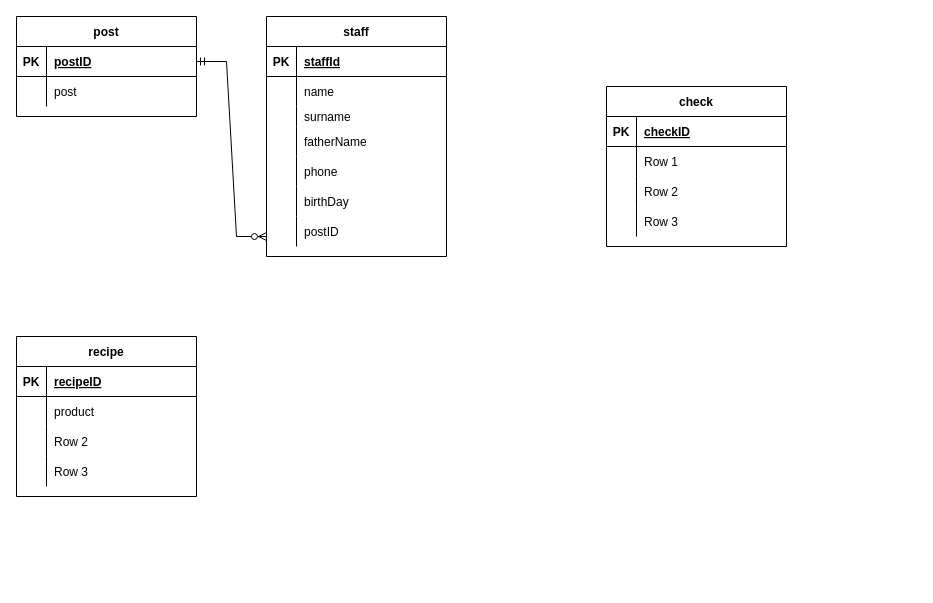
The draw.io diagram Untitled Diagram.drawio in 1DeMeNToR1/RocketModUpdater_32, before the edit. Source tidied: cells renumbered, new cells numbered last; positions are measured from the earlier drawing's top-left corner, leaving out a move shared by most shapes. Both pictures are drawn from the tidied source at 100%, with x=0, y=0 at pixel (16, 16).
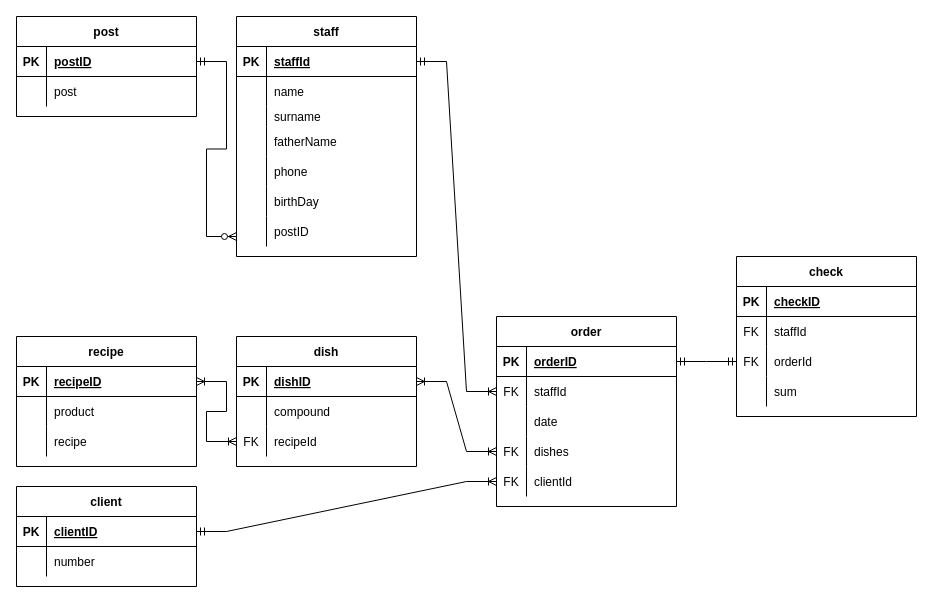
Above is the later version.

Unchanged cells that the change refers to:
```xml
<mxCell id="3" style="shape=tableRow;horizontal=0;startSize=0;swimlaneHead=0;swimlaneBody=0;fillColor=none;points=[[0,0.5],[1,0.5]];portConstraint=eastwest;top=0;left=0;right=0;bottom=1;" parent="2" vertex="1">
  <mxGeometry y="30" width="180" height="30" as="geometry" />
</mxCell>
<mxCell id="46" style="shape=tableRow;horizontal=0;startSize=0;swimlaneHead=0;swimlaneBody=0;fillColor=none;points=[[0,0.5],[1,0.5]];portConstraint=eastwest;top=0;left=0;right=0;bottom=1;" parent="45" vertex="1">
  <mxGeometry y="30" width="180" height="30" as="geometry" />
</mxCell>
<mxCell id="52" style="shape=tableRow;horizontal=0;startSize=0;swimlaneHead=0;swimlaneBody=0;fillColor=none;top=0;left=0;right=0;bottom=0;" parent="45" vertex="1">
  <mxGeometry y="90" width="180" height="30" as="geometry" />
</mxCell>
```

What changed in the source:
```diff
@@
     <mxCell id="2" value="staff" style="shape=table;startSize=30;childLayout=tableLayout;rowLines=0;fontStyle=1;align=center;" parent="1" vertex="1">
-      <mxGeometry x="250" width="180" height="240" as="geometry" />
+      <mxGeometry x="220" width="180" height="240" as="geometry" />
     </mxCell>
@@
     <mxCell id="32" value="check" style="shape=table;startSize=30;childLayout=tableLayout;rowLines=0;fontStyle=1;align=center;" parent="1" vertex="1">
-      <mxGeometry x="590" y="70" width="180" height="160" as="geometry" />
+      <mxGeometry x="720" y="240" width="180" height="160" as="geometry" />
     </mxCell>
@@
+    <mxCell id="42" style="shape=tableRow;horizontal=0;startSize=0;swimlaneHead=0;swimlaneBody=0;fillColor=none;top=0;left=0;right=0;bottom=0;" parent="32" vertex="1">
+      <mxGeometry y="60" width="180" height="30" as="geometry" />
+    </mxCell>
+    <mxCell id="43" value="FK" style="shape=partialRectangle;fillColor=none;top=0;left=0;bottom=0;right=0;overflow=hidden;" parent="42" vertex="1">
+      <mxGeometry width="30" height="30" as="geometry" />
+    </mxCell>
+    <mxCell id="44" value="staffId" style="shape=partialRectangle;fillColor=none;top=0;left=0;bottom=0;right=0;align=left;spacingLeft=6;overflow=hidden;" parent="42" vertex="1">
+      <mxGeometry x="30" width="150" height="30" as="geometry" />
+    </mxCell>
     <mxCell id="36" style="shape=tableRow;horizontal=0;startSize=0;swimlaneHead=0;swimlaneBody=0;fillColor=none;points=[[0,0.5],[1,0.5]];portConstraint=eastwest;top=0;left=0;right=0;bottom=0;" parent="32" vertex="1">
-      <mxGeometry y="60" width="180" height="30" as="geometry" />
+      <mxGeometry y="90" width="180" height="30" as="geometry" />
     </mxCell>
-    <mxCell id="37" style="shape=partialRectangle;fillColor=none;top=0;left=0;bottom=0;right=0;overflow=hidden;" parent="36" vertex="1">
+    <mxCell id="37" value="FK" style="shape=partialRectangle;fillColor=none;top=0;left=0;bottom=0;right=0;overflow=hidden;" parent="36" vertex="1">
       <mxGeometry width="30" height="30" as="geometry" />
     </mxCell>
-    <mxCell id="38" value="Row 1" style="shape=partialRectangle;fillColor=none;top=0;left=0;bottom=0;right=0;align=left;spacingLeft=6;overflow=hidden;" parent="36" vertex="1">
+    <mxCell id="38" value="orderId" style="shape=partialRectangle;fillColor=none;top=0;left=0;bottom=0;right=0;align=left;spacingLeft=6;overflow=hidden;" parent="36" vertex="1">
       <mxGeometry x="30" width="150" height="30" as="geometry" />
     </mxCell>
     <mxCell id="39" style="shape=tableRow;horizontal=0;startSize=0;swimlaneHead=0;swimlaneBody=0;fillColor=none;top=0;left=0;right=0;bottom=0;" parent="32" vertex="1">
-      <mxGeometry y="90" width="180" height="30" as="geometry" />
+      <mxGeometry y="120" width="180" height="30" as="geometry" />
     </mxCell>
@@
-    <mxCell id="41" value="Row 2" style="shape=partialRectangle;fillColor=none;top=0;left=0;bottom=0;right=0;align=left;spacingLeft=6;overflow=hidden;" parent="39" vertex="1">
+    <mxCell id="41" value="sum" style="shape=partialRectangle;fillColor=none;top=0;left=0;bottom=0;right=0;align=left;spacingLeft=6;overflow=hidden;" parent="39" vertex="1">
       <mxGeometry x="30" width="150" height="30" as="geometry" />
     </mxCell>
-    <mxCell id="42" style="shape=tableRow;horizontal=0;startSize=0;swimlaneHead=0;swimlaneBody=0;fillColor=none;top=0;left=0;right=0;bottom=0;" parent="32" vertex="1">
-      <mxGeometry y="120" width="180" height="30" as="geometry" />
-    </mxCell>
-    <mxCell id="43" style="shape=partialRectangle;fillColor=none;top=0;left=0;bottom=0;right=0;overflow=hidden;" parent="42" vertex="1">
-      <mxGeometry width="30" height="30" as="geometry" />
-    </mxCell>
-    <mxCell id="44" value="Row 3" style="shape=partialRectangle;fillColor=none;top=0;left=0;bottom=0;right=0;align=left;spacingLeft=6;overflow=hidden;" parent="42" vertex="1">
-      <mxGeometry x="30" width="150" height="30" as="geometry" />
-    </mxCell>
     <mxCell id="45" value="recipe" style="shape=table;startSize=30;childLayout=tableLayout;rowLines=0;fontStyle=1;align=center;" parent="1" vertex="1">
-      <mxGeometry y="320" width="180" height="160" as="geometry" />
+      <mxGeometry y="320" width="180" height="130" as="geometry" />
     </mxCell>
@@
-    <mxCell id="54" value="Row 2" style="shape=partialRectangle;fillColor=none;top=0;left=0;bottom=0;right=0;align=left;spacingLeft=6;overflow=hidden;" parent="52" vertex="1">
+    <mxCell id="54" value="recipe" style="shape=partialRectangle;fillColor=none;top=0;left=0;bottom=0;right=0;align=left;spacingLeft=6;overflow=hidden;" parent="52" vertex="1">
       <mxGeometry x="30" width="150" height="30" as="geometry" />
     </mxCell>
+    <mxCell id="58" value="dish" style="shape=table;startSize=30;childLayout=tableLayout;rowLines=0;fontStyle=1;align=center;" parent="1" vertex="1">
+      <mxGeometry x="220" y="320" width="180" height="130" as="geometry" />
+    </mxCell>
+    <mxCell id="59" style="shape=tableRow;horizontal=0;startSize=0;swimlaneHead=0;swimlaneBody=0;fillColor=none;points=[[0,0.5],[1,0.5]];portConstraint=eastwest;top=0;left=0;right=0;bottom=1;" parent="58" vertex="1">
+      <mxGeometry y="30" width="180" height="30" as="geometry" />
+    </mxCell>
+    <mxCell id="60" value="PK" style="shape=partialRectangle;fillColor=none;top=0;left=0;bottom=0;right=0;fontStyle=1;overflow=hidden;" parent="59" vertex="1">
+      <mxGeometry width="30" height="30" as="geometry" />
+    </mxCell>
+    <mxCell id="61" value="dishID" style="shape=partialRectangle;fillColor=none;top=0;left=0;bottom=0;right=0;align=left;spacingLeft=6;fontStyle=5;overflow=hidden;" parent="59" vertex="1">
+      <mxGeometry x="30" width="150" height="30" as="geometry" />
+    </mxCell>
+    <mxCell id="62" style="shape=tableRow;horizontal=0;startSize=0;swimlaneHead=0;swimlaneBody=0;fillColor=none;top=0;left=0;right=0;bottom=0;" parent="58" vertex="1">
+      <mxGeometry y="60" width="180" height="30" as="geometry" />
+    </mxCell>
+    <mxCell id="63" style="shape=partialRectangle;fillColor=none;top=0;left=0;bottom=0;right=0;overflow=hidden;" parent="62" vertex="1">
+      <mxGeometry width="30" height="30" as="geometry" />
+    </mxCell>
+    <mxCell id="64" value="compound" style="shape=partialRectangle;fillColor=none;top=0;left=0;bottom=0;right=0;align=left;spacingLeft=6;overflow=hidden;" parent="62" vertex="1">
+      <mxGeometry x="30" width="150" height="30" as="geometry" />
+    </mxCell>
+    <mxCell id="65" style="shape=tableRow;horizontal=0;startSize=0;swimlaneHead=0;swimlaneBody=0;fillColor=none;top=0;left=0;right=0;bottom=0;" parent="58" vertex="1">
+      <mxGeometry y="90" width="180" height="30" as="geometry" />
+    </mxCell>
+    <mxCell id="66" value="FK" style="shape=partialRectangle;fillColor=none;top=0;left=0;bottom=0;right=0;overflow=hidden;" parent="65" vertex="1">
+      <mxGeometry width="30" height="30" as="geometry" />
+    </mxCell>
+    <mxCell id="67" value="recipeId" style="shape=partialRectangle;fillColor=none;top=0;left=0;bottom=0;right=0;align=left;spacingLeft=6;overflow=hidden;" parent="65" vertex="1">
+      <mxGeometry x="30" width="150" height="30" as="geometry" />
+    </mxCell>
+    <mxCell id="68" value="client" style="shape=table;startSize=30;childLayout=tableLayout;rowLines=0;fontStyle=1;align=center;" parent="1" vertex="1">
+      <mxGeometry y="470" width="180" height="100" as="geometry" />
+    </mxCell>
+    <mxCell id="69" style="shape=tableRow;horizontal=0;startSize=0;swimlaneHead=0;swimlaneBody=0;fillColor=none;points=[[0,0.5],[1,0.5]];portConstraint=eastwest;top=0;left=0;right=0;bottom=1;" parent="68" vertex="1">
+      <mxGeometry y="30" width="180" height="30" as="geometry" />
+    </mxCell>
+    <mxCell id="70" value="PK" style="shape=partialRectangle;fillColor=none;top=0;left=0;bottom=0;right=0;fontStyle=1;overflow=hidden;" parent="69" vertex="1">
+      <mxGeometry width="30" height="30" as="geometry" />
+    </mxCell>
+    <mxCell id="71" value="clientID" style="shape=partialRectangle;fillColor=none;top=0;left=0;bottom=0;right=0;align=left;spacingLeft=6;fontStyle=5;overflow=hidden;" parent="69" vertex="1">
+      <mxGeometry x="30" width="150" height="30" as="geometry" />
+    </mxCell>
+    <mxCell id="72" style="shape=tableRow;horizontal=0;startSize=0;swimlaneHead=0;swimlaneBody=0;fillColor=none;top=0;left=0;right=0;bottom=0;" parent="68" vertex="1">
+      <mxGeometry y="60" width="180" height="30" as="geometry" />
+    </mxCell>
+    <mxCell id="73" style="shape=partialRectangle;fillColor=none;top=0;left=0;bottom=0;right=0;overflow=hidden;" parent="72" vertex="1">
+      <mxGeometry width="30" height="30" as="geometry" />
+    </mxCell>
+    <mxCell id="74" value="number" style="shape=partialRectangle;fillColor=none;top=0;left=0;bottom=0;right=0;align=left;spacingLeft=6;overflow=hidden;" parent="72" vertex="1">
+      <mxGeometry x="30" width="150" height="30" as="geometry" />
+    </mxCell>
+    <mxCell id="75" value="order" style="shape=table;startSize=30;childLayout=tableLayout;rowLines=0;fontStyle=1;align=center;" parent="1" vertex="1">
+      <mxGeometry x="480" y="300" width="180" height="190" as="geometry" />
+    </mxCell>
+    <mxCell id="76" style="shape=tableRow;horizontal=0;startSize=0;swimlaneHead=0;swimlaneBody=0;fillColor=none;points=[[0,0.5],[1,0.5]];portConstraint=eastwest;top=0;left=0;right=0;bottom=1;" parent="75" vertex="1">
+      <mxGeometry y="30" width="180" height="30" as="geometry" />
+    </mxCell>
+    <mxCell id="77" value="PK" style="shape=partialRectangle;fillColor=none;top=0;left=0;bottom=0;right=0;fontStyle=1;overflow=hidden;" parent="76" vertex="1">
+      <mxGeometry width="30" height="30" as="geometry" />
+    </mxCell>
+    <mxCell id="78" value="orderID" style="shape=partialRectangle;fillColor=none;top=0;left=0;bottom=0;right=0;align=left;spacingLeft=6;fontStyle=5;overflow=hidden;" parent="76" vertex="1">
+      <mxGeometry x="30" width="150" height="30" as="geometry" />
+    </mxCell>
+    <mxCell id="79" style="shape=tableRow;horizontal=0;startSize=0;swimlaneHead=0;swimlaneBody=0;fillColor=none;points=[[0,0.5],[1,0.5]];portConstraint=eastwest;top=0;left=0;right=0;bottom=0;" parent="75" vertex="1">
+      <mxGeometry y="60" width="180" height="30" as="geometry" />
+    </mxCell>
+    <mxCell id="80" value="FK" style="shape=partialRectangle;fillColor=none;top=0;left=0;bottom=0;right=0;overflow=hidden;" parent="79" vertex="1">
+      <mxGeometry width="30" height="30" as="geometry" />
+    </mxCell>
+    <mxCell id="81" value="staffId" style="shape=partialRectangle;fillColor=none;top=0;left=0;bottom=0;right=0;align=left;spacingLeft=6;overflow=hidden;" parent="79" vertex="1">
+      <mxGeometry x="30" width="150" height="30" as="geometry" />
+    </mxCell>
+    <mxCell id="82" style="shape=tableRow;horizontal=0;startSize=0;swimlaneHead=0;swimlaneBody=0;fillColor=none;top=0;left=0;right=0;bottom=0;" parent="75" vertex="1">
+      <mxGeometry y="90" width="180" height="30" as="geometry" />
+    </mxCell>
+    <mxCell id="83" style="shape=partialRectangle;fillColor=none;top=0;left=0;bottom=0;right=0;overflow=hidden;" parent="82" vertex="1">
+      <mxGeometry width="30" height="30" as="geometry" />
+    </mxCell>
+    <mxCell id="84" value="date" style="shape=partialRectangle;fillColor=none;top=0;left=0;bottom=0;right=0;align=left;spacingLeft=6;overflow=hidden;" parent="82" vertex="1">
+      <mxGeometry x="30" width="150" height="30" as="geometry" />
+    </mxCell>
-    <mxCell id="55" style="shape=tableRow;horizontal=0;startSize=0;swimlaneHead=0;swimlaneBody=0;fillColor=none;points=[[0,0.5],[1,0.5]];portConstraint=eastwest;top=0;left=0;right=0;bottom=0;" parent="45" vertex="1">
+    <mxCell id="55" style="shape=tableRow;horizontal=0;startSize=0;swimlaneHead=0;swimlaneBody=0;fillColor=none;points=[[0,0.5],[1,0.5]];portConstraint=eastwest;top=0;left=0;right=0;bottom=0;" parent="75" vertex="1">
       <mxGeometry y="120" width="180" height="30" as="geometry" />
     </mxCell>
-    <mxCell id="56" style="shape=partialRectangle;fillColor=none;top=0;left=0;bottom=0;right=0;overflow=hidden;" parent="55" vertex="1">
-      <mxGeometry width="30" height="30" as="geometry" />
-    </mxCell>
-    <mxCell id="57" value="Row 3" style="shape=partialRectangle;fillColor=none;top=0;left=0;bottom=0;right=0;align=left;spacingLeft=6;overflow=hidden;" parent="55" vertex="1">
-      <mxGeometry x="30" width="150" height="30" as="geometry" />
-    </mxCell>
+    <mxCell id="85" value="FK" style="shape=partialRectangle;fillColor=none;top=0;left=0;bottom=0;right=0;overflow=hidden;" parent="55" vertex="1">
+      <mxGeometry width="30" height="30" as="geometry" />
+    </mxCell>
+    <mxCell id="86" value="dishes" style="shape=partialRectangle;fillColor=none;top=0;left=0;bottom=0;right=0;align=left;spacingLeft=6;overflow=hidden;" parent="55" vertex="1">
+      <mxGeometry x="30" width="150" height="30" as="geometry" />
+    </mxCell>
+    <mxCell id="87" style="shape=tableRow;horizontal=0;startSize=0;swimlaneHead=0;swimlaneBody=0;fillColor=none;points=[[0,0.5],[1,0.5]];portConstraint=eastwest;top=0;left=0;right=0;bottom=0;" parent="75" vertex="1">
+      <mxGeometry y="150" width="180" height="30" as="geometry" />
+    </mxCell>
+    <mxCell id="88" value="FK" style="shape=partialRectangle;fillColor=none;top=0;left=0;bottom=0;right=0;overflow=hidden;" parent="87" vertex="1">
+      <mxGeometry width="30" height="30" as="geometry" />
+    </mxCell>
+    <mxCell id="89" value="clientId" style="shape=partialRectangle;fillColor=none;top=0;left=0;bottom=0;right=0;align=left;spacingLeft=6;overflow=hidden;" parent="87" vertex="1">
+      <mxGeometry x="30" width="150" height="30" as="geometry" />
+    </mxCell>
+    <mxCell id="90" style="edgeStyle=entityRelationEdgeStyle;fontSize=12;html=1;endArrow=ERoneToMany;startArrow=ERoneToMany;rounded=0;entryX=0;entryY=0.5;entryDx=0;entryDy=0;exitX=1;exitY=0.5;exitDx=0;exitDy=0;" parent="1" edge="1" source="59" target="55">
+      <mxGeometry relative="1" as="geometry" />
+    </mxCell>
+    <mxCell id="91" style="edgeStyle=entityRelationEdgeStyle;fontSize=12;html=1;endArrow=ERoneToMany;startArrow=ERoneToMany;rounded=0;exitX=1;exitY=0.5;exitDx=0;exitDy=0;" parent="1" edge="1" source="46">
+      <mxGeometry relative="1" as="geometry">
+        <mxPoint x="220" y="425" as="targetPoint" />
+      </mxGeometry>
+    </mxCell>
+    <mxCell id="92" style="edgeStyle=entityRelationEdgeStyle;fontSize=12;html=1;endArrow=ERoneToMany;startArrow=ERmandOne;rounded=0;exitX=1;exitY=0.5;exitDx=0;exitDy=0;entryX=0;entryY=0.5;entryDx=0;entryDy=0;" parent="1" edge="1" source="69" target="87">
+      <mxGeometry relative="1" as="geometry" />
+    </mxCell>
+    <mxCell id="93" style="edgeStyle=entityRelationEdgeStyle;fontSize=12;html=1;endArrow=ERoneToMany;startArrow=ERmandOne;rounded=0;exitX=1;exitY=0.5;exitDx=0;exitDy=0;entryX=0;entryY=0.5;entryDx=0;entryDy=0;" parent="1" edge="1" source="3" target="79">
+      <mxGeometry relative="1" as="geometry" />
+    </mxCell>
+    <mxCell id="94" style="edgeStyle=entityRelationEdgeStyle;fontSize=12;html=1;endArrow=ERmandOne;startArrow=ERmandOne;rounded=0;exitX=1;exitY=0.5;exitDx=0;exitDy=0;entryX=0;entryY=0.5;entryDx=0;entryDy=0;" parent="1" edge="1" source="76" target="36">
+      <mxGeometry relative="1" as="geometry" />
+    </mxCell>
```
